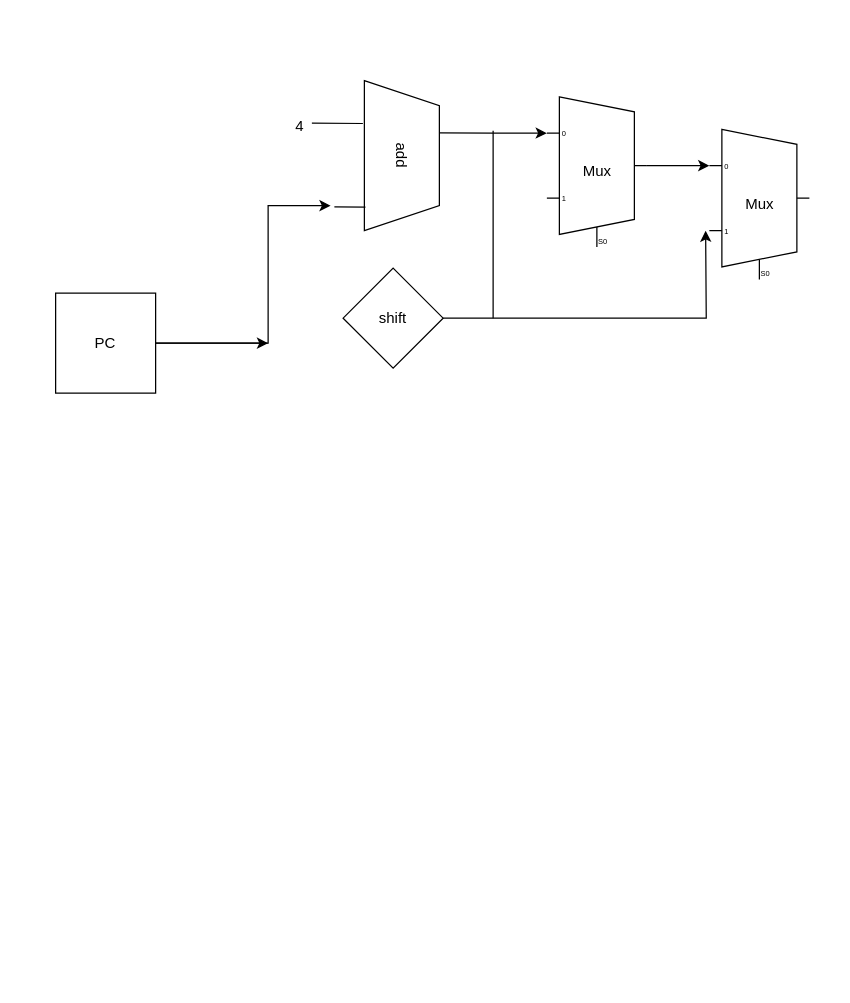
This is Untitled Diagram.drawio from jamesminardi/mips-single-cycle-processor, a draw.io file, before an edit. Source tidied: cells renumbered, new cells numbered last; positions are measured from the earlier drawing's top-left corner, leaving out a move shared by most shapes. Both pictures are drawn from the tidied source at 125%, with x=0, y=0 at pixel (55, 96).
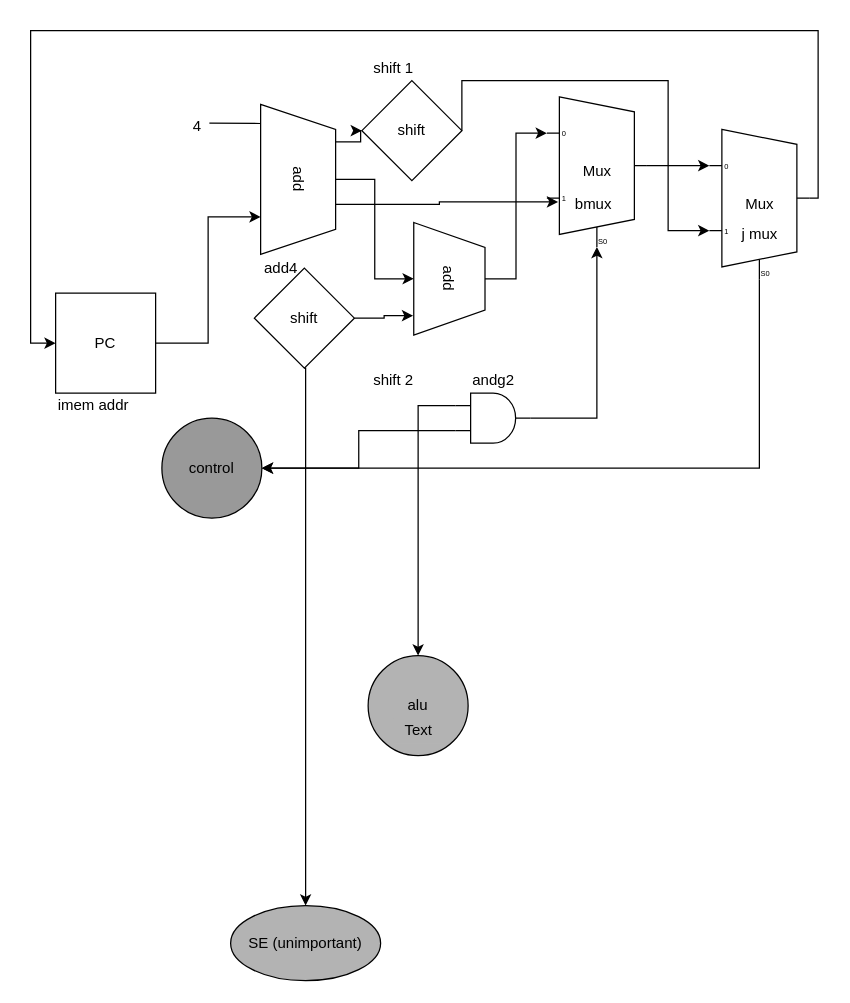
Above is the later version.

Unchanged cells that the change refers to:
```xml
<mxCell id="4" value="PC" style="whiteSpace=wrap;html=1;" parent="1" vertex="1">
  <mxGeometry y="157" width="80" height="80" as="geometry" />
</mxCell>
<mxCell id="5" value="Mux" style="shadow=0;dashed=0;align=center;html=1;strokeWidth=1;shape=mxgraph.electrical.abstract.mux2;" parent="1" vertex="1">
  <mxGeometry x="523" y="26" width="80" height="120" as="geometry" />
</mxCell>
<mxCell id="8" value="Mux" style="shadow=0;dashed=0;align=center;html=1;strokeWidth=1;shape=mxgraph.electrical.abstract.mux2;" parent="1" vertex="1">
  <mxGeometry x="393" width="80" height="120" as="geometry" />
</mxCell>
```

Change to the diagram source:
```diff
@@
-    <mxCell id="2" style="edgeStyle=orthogonalEdgeStyle;rounded=0;jettySize=auto;html=1;" parent="1" edge="1" source="4">
-      <mxGeometry relative="1" as="geometry">
-        <mxPoint x="220" y="87" as="targetPoint" />
-        <Array as="points">
-          <mxPoint x="170" y="197" />
-          <mxPoint x="170" y="87" />
-        </Array>
-      </mxGeometry>
-    </mxCell>
-    <mxCell id="3" style="edgeStyle=orthogonalEdgeStyle;rounded=0;jettySize=auto;html=1;" parent="1" edge="1" source="4">
-      <mxGeometry relative="1" as="geometry">
-        <mxPoint x="170" y="197" as="targetPoint" />
-      </mxGeometry>
+    <mxCell id="3" style="edgeStyle=orthogonalEdgeStyle;rounded=0;jettySize=auto;html=1;entryX=0.75;entryY=1;entryDx=0;entryDy=0;" parent="1" edge="1" source="4" target="9">
+      <mxGeometry relative="1" as="geometry" />
     </mxCell>
@@
+    <mxCell id="16" style="edgeStyle=orthogonalEdgeStyle;rounded=0;jettySize=auto;html=1;entryX=0;entryY=0.5;entryDx=0;entryDy=0;exitX=1;exitY=0.5;exitDx=0;exitDy=-5;exitPerimeter=0;" parent="1" edge="1" source="5" target="4">
+      <mxGeometry relative="1" as="geometry">
+        <Array as="points">
+          <mxPoint x="610" y="81" />
+          <mxPoint x="610" y="-53" />
+          <mxPoint x="-20" y="-53" />
+          <mxPoint x="-20" y="197" />
+        </Array>
+      </mxGeometry>
+    </mxCell>
+    <mxCell id="17" style="edgeStyle=orthogonalEdgeStyle;rounded=0;jettySize=auto;html=1;fillColor=#CCCCCC;" parent="1" edge="1" source="5" target="23">
+      <mxGeometry relative="1" as="geometry">
+        <Array as="points">
+          <mxPoint x="563" y="297" />
+        </Array>
+      </mxGeometry>
+    </mxCell>
@@
-    <mxCell id="7" style="edgeStyle=orthogonalEdgeStyle;rounded=0;jettySize=auto;html=1;exitX=0.349;exitY=0.003;exitDx=0;exitDy=0;exitPerimeter=0;entryX=0;entryY=0.21666666666666667;entryDx=0;entryDy=3;entryPerimeter=0;" parent="1" edge="1" source="9" target="8">
-      <mxGeometry relative="1" as="geometry" />
-    </mxCell>
@@
+    <mxCell id="18" style="edgeStyle=orthogonalEdgeStyle;rounded=0;orthogonalLoop=1;jettySize=auto;html=1;exitX=0.5;exitY=0;exitDx=0;exitDy=0;entryX=0.113;entryY=0.708;entryDx=0;entryDy=0;entryPerimeter=0;" parent="1" edge="1">
+      <mxGeometry relative="1" as="geometry">
+        <mxPoint x="224" y="65" as="sourcePoint" />
+        <mxPoint x="402" y="84" as="targetPoint" />
+        <Array as="points">
+          <mxPoint x="220" y="86" />
+          <mxPoint x="307" y="86" />
+          <mxPoint x="307" y="84" />
+        </Array>
+      </mxGeometry>
+    </mxCell>
+    <mxCell id="19" style="edgeStyle=orthogonalEdgeStyle;rounded=0;jettySize=auto;html=1;exitX=0.25;exitY=0;exitDx=0;exitDy=0;" parent="1" edge="1" source="9" target="30">
+      <mxGeometry relative="1" as="geometry" />
+    </mxCell>
+    <mxCell id="20" style="edgeStyle=orthogonalEdgeStyle;rounded=0;jettySize=auto;html=1;exitX=0.5;exitY=0;exitDx=0;exitDy=0;entryX=0.5;entryY=1;entryDx=0;entryDy=0;" parent="1" edge="1" source="9" target="40">
+      <mxGeometry relative="1" as="geometry" />
+    </mxCell>
     <mxCell id="9" value="add" style="shape=trapezoid;perimeter=trapezoidPerimeter;whiteSpace=wrap;html=1;fixedSize=1;rotation=90;" parent="1" vertex="1">
-      <mxGeometry x="217" y="17" width="120" height="60" as="geometry" />
+      <mxGeometry x="134" y="36" width="120" height="60" as="geometry" />
     </mxCell>
-    <mxCell id="10" style="endArrow=none;html=1;rounded=0;entryX=0.844;entryY=0.986;entryDx=0;entryDy=0;entryPerimeter=0;" parent="1" edge="1" target="9">
-      <mxGeometry relative="1" as="geometry">
-        <mxPoint x="223" y="88" as="sourcePoint" />
-      </mxGeometry>
-    </mxCell>
     <mxCell id="11" style="endArrow=none;html=1;rounded=0;entryX=0.844;entryY=0.986;entryDx=0;entryDy=0;entryPerimeter=0;" parent="1" edge="1">
       <mxGeometry relative="1" as="geometry">
-        <mxPoint x="205" y="21" as="sourcePoint" />
-        <mxPoint x="245.8" y="21.3" as="targetPoint" />
+        <mxPoint x="123" y="21" as="sourcePoint" />
+        <mxPoint x="163.8" y="21.3" as="targetPoint" />
       </mxGeometry>
     </mxCell>
     <mxCell id="12" value="4" style="text;html=1;align=center;verticalAlign=middle;strokeColor=none;fillColor=none;" parent="1" vertex="1">
-      <mxGeometry x="185" y="14" width="20" height="20" as="geometry" />
+      <mxGeometry x="103" y="14" width="20" height="20" as="geometry" />
     </mxCell>
-    <mxCell id="13" style="edgeStyle=orthogonalEdgeStyle;rounded=0;jettySize=auto;html=1;" parent="1" edge="1" source="14">
-      <mxGeometry relative="1" as="geometry">
-        <mxPoint x="520" y="107" as="targetPoint" />
-      </mxGeometry>
-    </mxCell>
+    <mxCell id="21" style="edgeStyle=orthogonalEdgeStyle;rounded=0;jettySize=auto;html=1;exitX=1;exitY=0.5;exitDx=0;exitDy=0;entryX=0.828;entryY=1.009;entryDx=0;entryDy=0;entryPerimeter=0;" parent="1" edge="1" source="14" target="40">
+      <mxGeometry relative="1" as="geometry" />
+    </mxCell>
+    <mxCell id="22" style="edgeStyle=orthogonalEdgeStyle;rounded=0;jettySize=auto;html=1;exitX=0.5;exitY=1;exitDx=0;exitDy=0;fillColor=#CCCCCC;" parent="1" edge="1" source="14">
+      <mxGeometry relative="1" as="geometry">
+        <mxPoint x="200" y="647" as="targetPoint" />
+        <Array as="points">
+          <mxPoint x="200" y="217" />
+        </Array>
+      </mxGeometry>
+    </mxCell>
     <mxCell id="14" value="shift" style="rhombus;whiteSpace=wrap;html=1;" parent="1" vertex="1">
-      <mxGeometry x="230" y="137" width="80" height="80" as="geometry" />
+      <mxGeometry x="159" y="137" width="80" height="80" as="geometry" />
     </mxCell>
-    <mxCell id="15" style="endArrow=none;html=1;rounded=0;" parent="1" edge="1">
-      <mxGeometry relative="1" as="geometry">
-        <mxPoint x="350" y="177" as="sourcePoint" />
-        <mxPoint x="350" y="27" as="targetPoint" />
-        <Array as="points">
-          <mxPoint x="350" y="107" />
-        </Array>
-      </mxGeometry>
-    </mxCell>
+    <mxCell id="23" value="control" style="ellipse;whiteSpace=wrap;html=1;fillColor=#999999;" parent="1" vertex="1">
+      <mxGeometry x="85" y="257" width="80" height="80" as="geometry" />
+    </mxCell>
+    <mxCell id="24" style="edgeStyle=orthogonalEdgeStyle;rounded=0;jettySize=auto;html=1;exitX=1;exitY=0.5;exitDx=0;exitDy=0;exitPerimeter=0;entryX=0.375;entryY=1;entryDx=10;entryDy=0;entryPerimeter=0;" parent="1" edge="1" source="27" target="8">
+      <mxGeometry relative="1" as="geometry" />
+    </mxCell>
+    <mxCell id="25" style="edgeStyle=orthogonalEdgeStyle;rounded=0;jettySize=auto;html=1;exitX=0;exitY=0.75;exitDx=0;exitDy=0;exitPerimeter=0;entryX=1;entryY=0.5;entryDx=0;entryDy=0;fillColor=#CCCCCC;" parent="1" edge="1" source="27" target="23">
+      <mxGeometry relative="1" as="geometry" />
+    </mxCell>
+    <mxCell id="26" style="edgeStyle=orthogonalEdgeStyle;rounded=0;jettySize=auto;html=1;exitX=0;exitY=0.25;exitDx=0;exitDy=0;exitPerimeter=0;fillColor=#CCCCCC;" parent="1" edge="1" source="27" target="28">
+      <mxGeometry relative="1" as="geometry" />
+    </mxCell>
+    <mxCell id="27" style="verticalLabelPosition=bottom;shadow=0;dashed=0;align=center;html=1;verticalAlign=top;shape=mxgraph.electrical.logic_gates.logic_gate;operation=and;" parent="1" vertex="1">
+      <mxGeometry x="320" y="237" width="60" height="40" as="geometry" />
+    </mxCell>
+    <mxCell id="28" value="alu" style="ellipse;whiteSpace=wrap;html=1;fillColor=#B3B3B3;" parent="1" vertex="1">
+      <mxGeometry x="250" y="447" width="80" height="80" as="geometry" />
+    </mxCell>
+    <mxCell id="29" style="edgeStyle=orthogonalEdgeStyle;rounded=0;jettySize=auto;html=1;exitX=1;exitY=0.5;exitDx=0;exitDy=0;entryX=0;entryY=0.65;entryDx=0;entryDy=3;entryPerimeter=0;" parent="1" edge="1" source="30" target="5">
+      <mxGeometry relative="1" as="geometry">
+        <Array as="points">
+          <mxPoint x="325" y="-13" />
+          <mxPoint x="490" y="-13" />
+          <mxPoint x="490" y="107" />
+        </Array>
+      </mxGeometry>
+    </mxCell>
+    <mxCell id="30" value="shift" style="rhombus;whiteSpace=wrap;html=1;" parent="1" vertex="1">
+      <mxGeometry x="245" y="-13" width="80" height="80" as="geometry" />
+    </mxCell>
+    <mxCell id="31" value="imem addr" style="text;html=1;align=center;verticalAlign=middle;strokeColor=none;fillColor=none;" parent="1" vertex="1">
+      <mxGeometry x="-5" y="237" width="70" height="20" as="geometry" />
+    </mxCell>
+    <mxCell id="32" value="add4" style="text;html=1;align=center;verticalAlign=middle;strokeColor=none;fillColor=none;" parent="1" vertex="1">
+      <mxGeometry x="160" y="127" width="40" height="20" as="geometry" />
+    </mxCell>
+    <mxCell id="33" value="shift 1" style="text;html=1;align=center;verticalAlign=middle;strokeColor=none;fillColor=none;" parent="1" vertex="1">
+      <mxGeometry x="245" y="-33" width="50" height="20" as="geometry" />
+    </mxCell>
+    <mxCell id="34" value="shift 2" style="text;html=1;align=center;verticalAlign=middle;strokeColor=none;fillColor=none;" parent="1" vertex="1">
+      <mxGeometry x="245" y="217" width="50" height="20" as="geometry" />
+    </mxCell>
+    <mxCell id="35" value="j mux" style="text;html=1;align=center;verticalAlign=middle;strokeColor=none;fillColor=none;" parent="1" vertex="1">
+      <mxGeometry x="543" y="100" width="40" height="20" as="geometry" />
+    </mxCell>
+    <mxCell id="36" value="bmux" style="text;html=1;align=center;verticalAlign=middle;strokeColor=none;fillColor=none;" parent="1" vertex="1">
+      <mxGeometry x="410" y="76" width="40" height="20" as="geometry" />
+    </mxCell>
+    <mxCell id="37" value="andg2" style="text;html=1;align=center;verticalAlign=middle;strokeColor=none;fillColor=none;" parent="1" vertex="1">
+      <mxGeometry x="325" y="217" width="50" height="20" as="geometry" />
+    </mxCell>
+    <mxCell id="38" value="Text" style="text;html=1;align=center;verticalAlign=middle;strokeColor=none;fillColor=#B3B3B3;" parent="1" vertex="1">
+      <mxGeometry x="270" y="497" width="40" height="20" as="geometry" />
+    </mxCell>
+    <mxCell id="39" style="edgeStyle=orthogonalEdgeStyle;rounded=0;jettySize=auto;html=1;exitX=0.5;exitY=0;exitDx=0;exitDy=0;entryX=0;entryY=0.21666666666666667;entryDx=0;entryDy=3;entryPerimeter=0;" parent="1" edge="1" source="40" target="8">
+      <mxGeometry relative="1" as="geometry" />
+    </mxCell>
+    <mxCell id="40" value="add" style="shape=trapezoid;perimeter=trapezoidPerimeter;whiteSpace=wrap;html=1;fixedSize=1;rotation=90;" parent="1" vertex="1">
+      <mxGeometry x="270" y="117" width="90" height="57" as="geometry" />
+    </mxCell>
+    <mxCell id="41" value="SE (unimportant)" style="ellipse;whiteSpace=wrap;html=1;fillColor=#B3B3B3;" parent="1" vertex="1">
+      <mxGeometry x="140" y="647" width="120" height="60" as="geometry" />
+    </mxCell>
```
